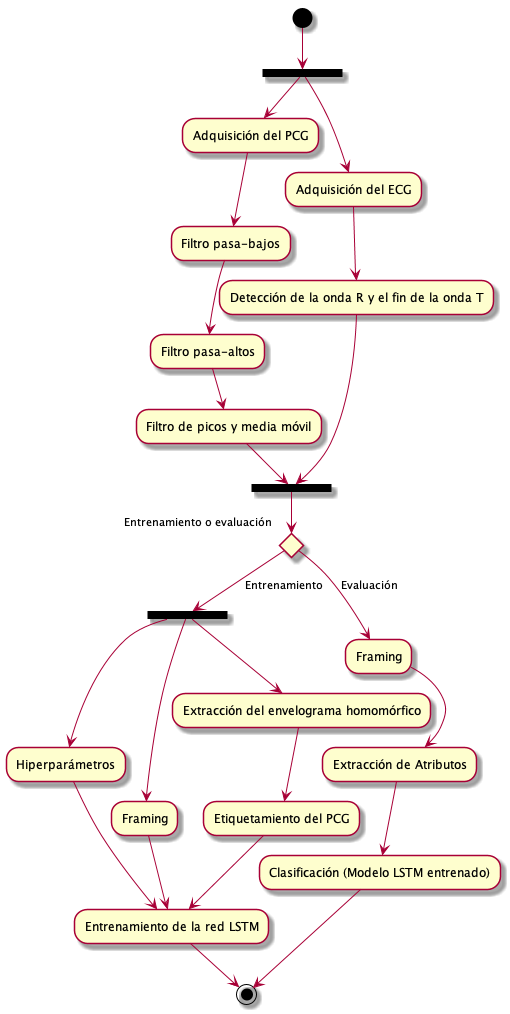
alvgaona/heart-sounds-segmentation keeps this PlantUML diagram as diagrams/images/ES_flowDiagram.png. Above is the earlier version.
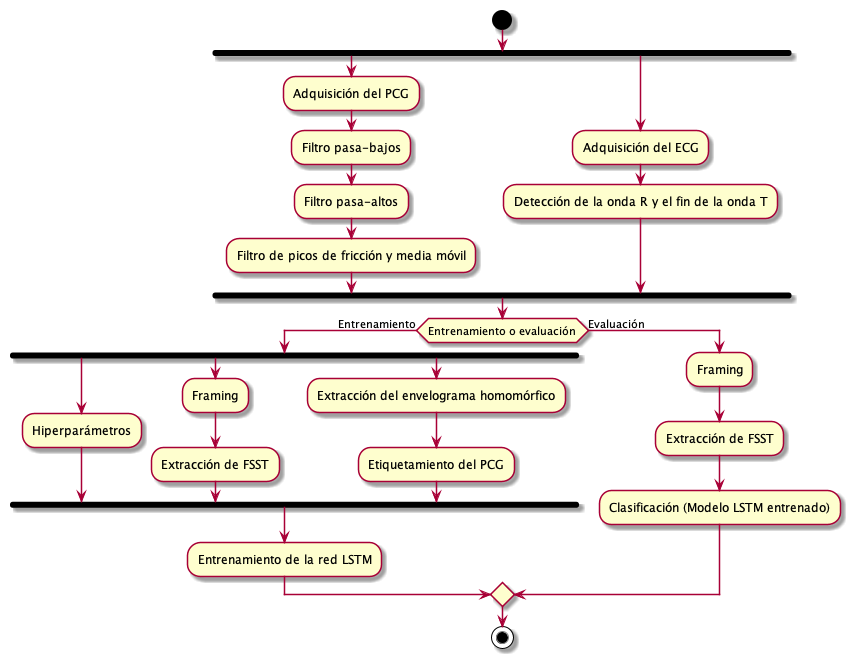
The same file after the commit.

The edit, as a diff of the source:
```diff
@@ -1,38 +1,30 @@
 @startuml
-(*) --> ===B1===
-===B1=== --> "Adquisición del PCG"
-===B1=== --> "Adquisición del ECG"
+  start
+    fork
+      :Adquisición del PCG;
+      :Filtro pasa-bajos;
+      :Filtro pasa-altos;
+      :Filtro de picos de fricción y media móvil;
+    fork again
+      :Adquisición del ECG;
+      :Detección de la onda R y el fin de la onda T;
+    end fork
 
-"Adquisición del PCG" --> "Filtro pasa-bajos" as lp
-lp --> "Filtro pasa-altos" as hp
-
-"Adquisición del ECG" --> "Detección de la onda R y el fin de la onda T" as RT
-
-hp --> "Filtro de picos y media móvil" as spikeMean
-
-spikeMean --> ===B2===
-RT --> ===B2===
-
-===B2=== --> if "Entrenamiento o evaluación" then
-  -->[Entrenamiento] ===B3===
-else
--->[Evaluación] "Framing" as fr2
-endif
-
-===B3=== --> "Hiperparámetros" as hyperparameters
-===B3=== --> "Framing" as fr1
-===B3=== --> "Extracción del envelograma homomórfico" as henv
-
-hyperparameters --> "Entrenamiento de la red LSTM" as train
-fr1 --> train
-
-henv --> "Etiquetamiento del PCG" as labeling
-
-labeling --> train
-
-fr2 --> "Extracción de Atributos" as ae2
-ae2 --> "Clasificación (Modelo LSTM entrenado)" as tm
-
-train --> (*)
-tm --> (*)
+    if (Entrenamiento o evaluación) then (Entrenamiento)
+      fork
+        :Hiperparámetros;
+      fork again
+        :Framing;
+        :Extracción de FSST;
+      fork again
+        :Extracción del envelograma homomórfico;
+        :Etiquetamiento del PCG;
+      end fork
+      :Entrenamiento de la red LSTM;
+    else (Evaluación)
+      :Framing;
+      :Extracción de FSST;
+      :Clasificación (Modelo LSTM entrenado);
+    endif
+  stop
 @enduml
```
